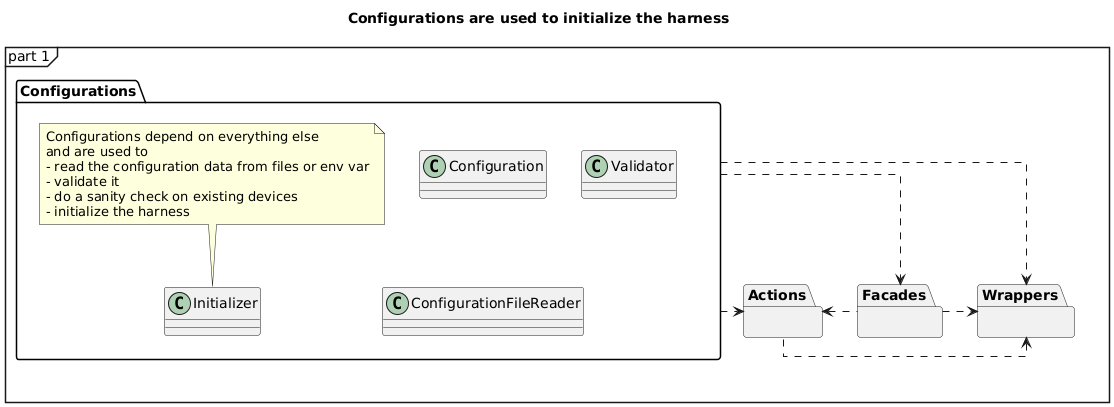
ska-telescope/ska-integration-test-harness keeps this PlantUML diagram as src/ska_integration_test_harness/architecture-config.png. Above is the earlier version.
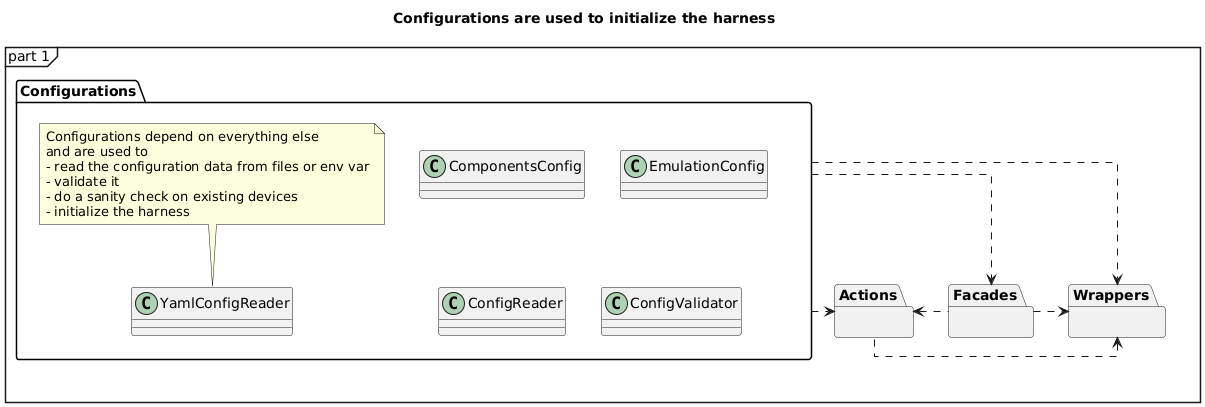
Above is the later version.

Diff of the diagram source:
```diff
@@ -8,10 +8,12 @@
 
 package "Configurations" {
 
-    class Configuration {
+    class ComponentsConfig {
     }
-    class Initializer {
+    class EmulationConfig {}
+    class ConfigReader {
     }
+    class YamlConfigReader {}
     note top
 Configurations depend on everything else
 and are used to
@@ -21,8 +23,7 @@
 - initialize the harness
 end note
 
-    class Validator {}
-    class ConfigurationFileReader {}
+    class ConfigValidator {}
 
 }
 
```
